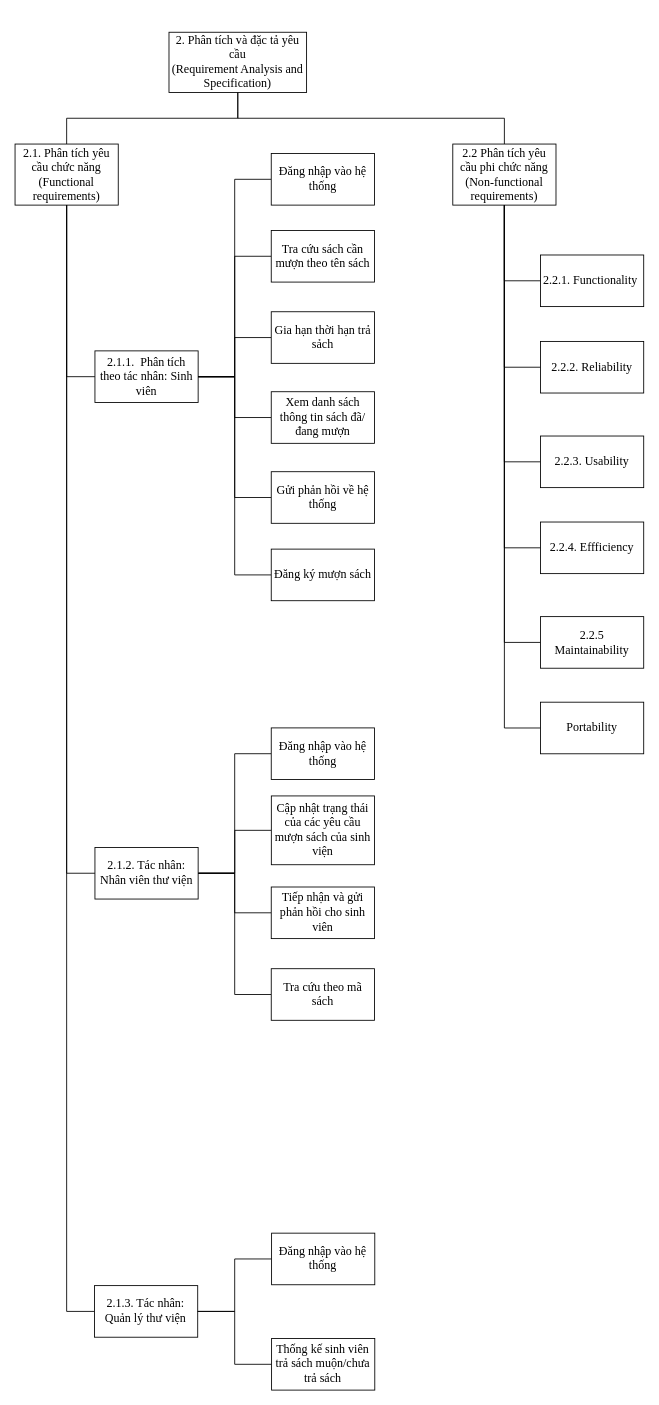
This is page "Requirment Specification" (2 of 6) of WBS Library Official.drawio from MinhNgoc61021/PM, a draw.io file, before an edit. Source tidied: cells renumbered, new cells numbered last; positions are measured from the earlier drawing's top-left corner, leaving out a move shared by most shapes. Both pictures are drawn from the tidied source at 86%, with x=0, y=0 at pixel (15, 32).
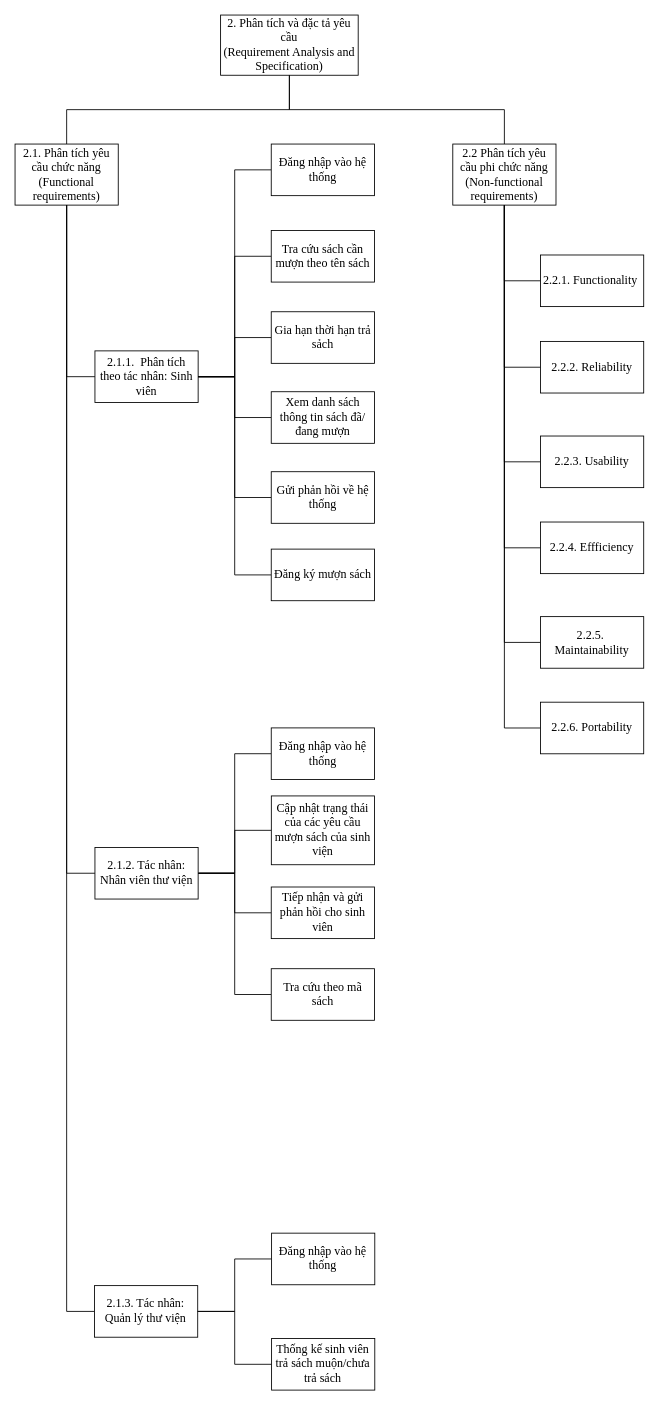
After the change.

The change refers to these unchanged cells:
```xml
<mxCell id="6" value="2.2 Phân tích yêu cầu phi chức năng&lt;br style=&quot;font-size: 14px&quot;&gt;(Non-functional requirements)" style="rounded=0;whiteSpace=wrap;html=1;fontFamily=Times New Roman;fontSize=14;fontStyle=0;fontColor=#000000;" parent="1" vertex="1">
  <mxGeometry x="509" y="130" width="120" height="71" as="geometry" />
</mxCell>
```

Diff of the diagram source:
```diff
@@
-    <mxCell id="2" style="edgeStyle=orthogonalEdgeStyle;rounded=0;jettySize=auto;html=1;exitX=0.5;exitY=1;exitDx=0;exitDy=0;entryX=0.5;entryY=0;entryDx=0;entryDy=0;endArrow=none;endFill=0;" parent="1" edge="1" source="3" target="6">
-      <mxGeometry relative="1" as="geometry">
-        <Array as="points">
-          <mxPoint x="259" y="100" />
-          <mxPoint x="569" y="100" />
-        </Array>
-      </mxGeometry>
-    </mxCell>
     <mxCell id="3" value="2. Phân tích và đặc tả yêu cầu&lt;br style=&quot;font-size: 14px&quot;&gt;(Requirement Analysis and Specification)" style="rounded=0;whiteSpace=wrap;html=1;fontFamily=Times New Roman;fontSize=14;fontStyle=0;fontColor=#000000;" parent="1" vertex="1">
-      <mxGeometry x="179" width="160" height="70" as="geometry" />
+      <mxGeometry x="239" y="-20" width="160" height="70" as="geometry" />
     </mxCell>
@@
+    <mxCell id="49" style="edgeStyle=orthogonalEdgeStyle;rounded=0;jettySize=auto;html=1;exitX=0.5;exitY=0;exitDx=0;exitDy=0;entryX=0.5;entryY=1;entryDx=0;entryDy=0;endArrow=none;endFill=0;" parent="1" edge="1" source="6" target="3">
+      <mxGeometry relative="1" as="geometry" />
+    </mxCell>
@@
     <mxCell id="17" value="Đăng nhập vào hệ thống" style="rounded=0;whiteSpace=wrap;html=1;fontFamily=Times New Roman;fontSize=14;fontStyle=0;fontColor=#000000;" parent="1" vertex="1">
-      <mxGeometry x="297.9" y="141" width="120" height="60" as="geometry" />
+      <mxGeometry x="297.9" y="130" width="120" height="60" as="geometry" />
     </mxCell>
@@
-    <mxCell id="46" value="&lt;div style=&quot;font-size: 14px;&quot;&gt;&lt;span style=&quot;background-color: rgb(255 , 255 , 255) ; font-size: 14px&quot;&gt;2.2.5&lt;/span&gt;&lt;/div&gt;&lt;div style=&quot;font-size: 14px;&quot;&gt;&lt;span style=&quot;background-color: rgb(255 , 255 , 255) ; font-size: 14px&quot;&gt;Maintainability&lt;/span&gt;&lt;/div&gt;" style="rounded=0;whiteSpace=wrap;html=1;fontFamily=Times New Roman;fontSize=14;fontStyle=0;fontColor=#000000;align=center;" parent="1" vertex="1">
+    <mxCell id="46" value="&lt;div style=&quot;font-size: 14px&quot;&gt;&lt;span style=&quot;background-color: rgb(255 , 255 , 255) ; font-size: 14px&quot;&gt;2.2.5.&amp;nbsp;&lt;/span&gt;&lt;/div&gt;&lt;div style=&quot;font-size: 14px&quot;&gt;&lt;span style=&quot;background-color: rgb(255 , 255 , 255)&quot;&gt;Maintainability&lt;/span&gt;&lt;/div&gt;" style="rounded=0;whiteSpace=wrap;html=1;fontFamily=Times New Roman;fontSize=14;fontStyle=0;fontColor=#000000;align=center;" parent="1" vertex="1">
       <mxGeometry x="611" y="679.5" width="120" height="60" as="geometry" />
     </mxCell>
@@
-    <mxCell id="48" value="&lt;div style=&quot;text-align: left; font-size: 14px;&quot;&gt;&lt;span style=&quot;background-color: rgb(255, 255, 255); font-size: 14px;&quot;&gt;Portability&lt;/span&gt;&lt;/div&gt;" style="rounded=0;whiteSpace=wrap;html=1;fontFamily=Times New Roman;fontSize=14;fontStyle=0;fontColor=#000000;" parent="1" vertex="1">
+    <mxCell id="48" value="&lt;div style=&quot;text-align: left ; font-size: 14px&quot;&gt;&lt;span style=&quot;background-color: rgb(255 , 255 , 255) ; font-size: 14px&quot;&gt;2.2.6. Portability&lt;/span&gt;&lt;/div&gt;" style="rounded=0;whiteSpace=wrap;html=1;fontFamily=Times New Roman;fontSize=14;fontStyle=0;fontColor=#000000;" parent="1" vertex="1">
       <mxGeometry x="611" y="779" width="120" height="60" as="geometry" />
     </mxCell>
```
